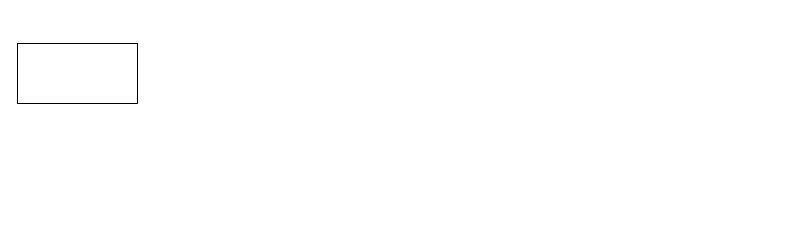
dada-Hao/designChart keeps this draw.io diagram as 未命名绘图.drawio. Above is the earlier version. Source tidied: cells renumbered, new cells numbered last; positions are measured from the earlier drawing's top-left corner, leaving out a move shared by most shapes. Both pictures are drawn from the tidied source at 100%, with x=0, y=0 at pixel (17, 43).
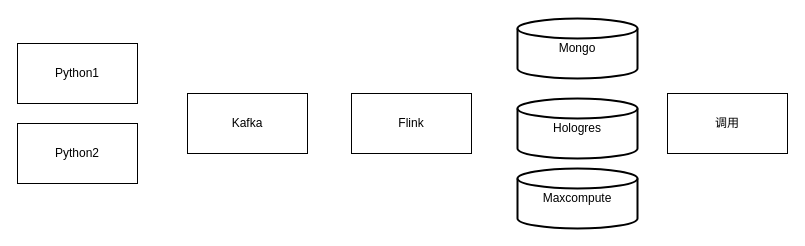
After the change.

Change to the diagram source:
```diff
@@
 <mxGraphModel>
   <root>
     <mxCell id="0" />
     <mxCell id="1" parent="0" />
-    <mxCell id="2" style="rounded=0;whiteSpace=wrap;html=1;" parent="1" vertex="1">
+    <mxCell id="2" value="Python1" style="rounded=0;whiteSpace=wrap;html=1;" parent="1" vertex="1">
       <mxGeometry width="120" height="60" as="geometry" />
     </mxCell>
+    <mxCell id="3" value="Python2" style="rounded=0;whiteSpace=wrap;html=1;" parent="1" vertex="1">
+      <mxGeometry y="80" width="120" height="60" as="geometry" />
+    </mxCell>
+    <mxCell id="4" value="Kafka" style="rounded=0;whiteSpace=wrap;html=1;" parent="1" vertex="1">
+      <mxGeometry x="170" y="50" width="120" height="60" as="geometry" />
+    </mxCell>
+    <mxCell id="5" value="Flink" style="rounded=0;whiteSpace=wrap;html=1;" parent="1" vertex="1">
+      <mxGeometry x="334" y="50" width="120" height="60" as="geometry" />
+    </mxCell>
+    <mxCell id="6" value="调用" style="rounded=0;whiteSpace=wrap;html=1;" parent="1" vertex="1">
+      <mxGeometry x="650" y="50" width="120" height="60" as="geometry" />
+    </mxCell>
+    <mxCell id="7" value="Mongo" style="strokeWidth=2;html=1;shape=mxgraph.flowchart.database;whiteSpace=wrap;" parent="1" vertex="1">
+      <mxGeometry x="500" y="-25" width="120" height="60" as="geometry" />
+    </mxCell>
+    <mxCell id="8" value="Maxcompute" style="strokeWidth=2;html=1;shape=mxgraph.flowchart.database;whiteSpace=wrap;" parent="1" vertex="1">
+      <mxGeometry x="500" y="125" width="120" height="60" as="geometry" />
+    </mxCell>
+    <mxCell id="9" value="Hologres" style="strokeWidth=2;html=1;shape=mxgraph.flowchart.database;whiteSpace=wrap;" parent="1" vertex="1">
+      <mxGeometry x="500" y="55" width="120" height="60" as="geometry" />
+    </mxCell>
   </root>
 </mxGraphModel>
```
